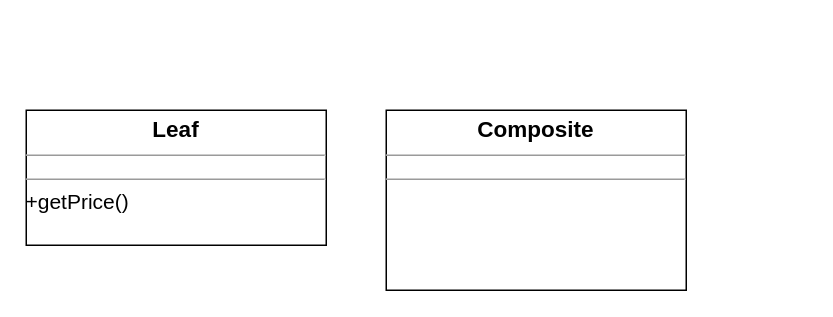
Above: structural/composite/composite.drawio in MaksShadows/Patterns (draw.io), before the change. Source tidied: cells renumbered, new cells numbered last; positions are measured from the earlier drawing's top-left corner, leaving out a move shared by most shapes. Both pictures are drawn from the tidied source at 150%, with x=0, y=0 at pixel (26, 110).
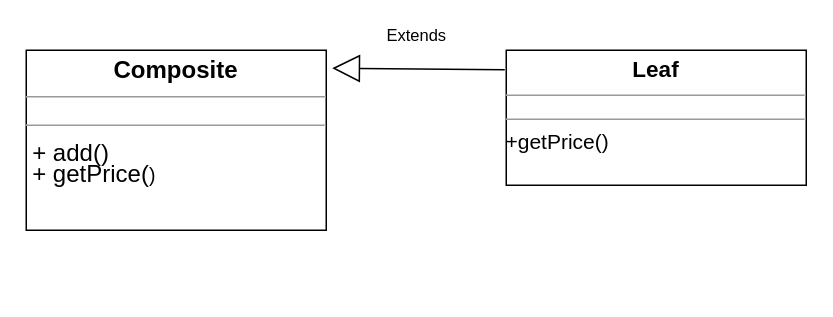
Above is the later version.

What changed in the source:
```diff
@@
 <mxGraphModel>
   <root>
     <mxCell id="0" />
     <mxCell id="1" parent="0" />
     <mxCell id="2" value="&lt;p style=&quot;margin: 4px 0px 0px ; text-align: center ; font-size: 15px&quot;&gt;&lt;b&gt;&lt;font style=&quot;font-size: 15px&quot;&gt;Leaf&lt;/font&gt;&lt;/b&gt;&lt;/p&gt;&lt;hr size=&quot;1&quot; style=&quot;font-size: 15px&quot;&gt;&lt;div style=&quot;height: 2px&quot;&gt;&lt;/div&gt;&lt;hr size=&quot;1&quot;&gt;&lt;div style=&quot;height: 2px&quot;&gt;&lt;font style=&quot;font-size: 14px&quot;&gt;+getPrice()&lt;/font&gt;&lt;/div&gt;" style="verticalAlign=top;align=left;overflow=fill;fontSize=12;fontFamily=Helvetica;html=1;" parent="1" vertex="1">
-      <mxGeometry width="200" height="90" as="geometry" />
+      <mxGeometry x="320" y="-40" width="200" height="90" as="geometry" />
     </mxCell>
-    <mxCell id="3" value="&lt;p style=&quot;margin: 4px 0px 0px ; text-align: center ; font-size: 15px&quot;&gt;&lt;b&gt;Composite&lt;/b&gt;&lt;/p&gt;&lt;hr size=&quot;1&quot; style=&quot;font-size: 15px&quot;&gt;&lt;div style=&quot;height: 2px&quot;&gt;&lt;/div&gt;&lt;hr size=&quot;1&quot;&gt;&lt;div style=&quot;height: 2px&quot;&gt;&lt;/div&gt;" style="verticalAlign=top;align=left;overflow=fill;fontSize=12;fontFamily=Helvetica;html=1;" parent="1" vertex="1">
-      <mxGeometry x="240" width="200" height="120" as="geometry" />
+    <mxCell id="3" value="&lt;p style=&quot;margin: 4px 0px 0px ; text-align: center ; font-size: 16px&quot;&gt;&lt;b&gt;&lt;font style=&quot;font-size: 16px&quot;&gt;Composite&lt;/font&gt;&lt;/b&gt;&lt;/p&gt;&lt;hr size=&quot;1&quot; style=&quot;font-size: 16px&quot;&gt;&lt;div style=&quot;height: 2px ; font-size: 16px&quot;&gt;&lt;/div&gt;&lt;hr size=&quot;1&quot; style=&quot;font-size: 16px&quot;&gt;&lt;div style=&quot;height: 2px ; font-size: 16px&quot;&gt;&lt;font style=&quot;font-size: 16px&quot;&gt;&amp;nbsp;+ add()&lt;/font&gt;&lt;/div&gt;&lt;div style=&quot;height: 2px ; font-size: 16px&quot;&gt;&lt;font style=&quot;font-size: 16px&quot;&gt;&lt;br&gt;&lt;/font&gt;&lt;/div&gt;&lt;div style=&quot;height: 2px ; font-size: 16px&quot;&gt;&lt;font style=&quot;font-size: 16px&quot;&gt;&lt;br&gt;&lt;/font&gt;&lt;/div&gt;&lt;div style=&quot;height: 2px ; font-size: 16px&quot;&gt;&lt;font style=&quot;font-size: 16px&quot;&gt;&lt;br&gt;&lt;/font&gt;&lt;/div&gt;&lt;div style=&quot;height: 2px ; font-size: 16px&quot;&gt;&lt;font style=&quot;font-size: 16px&quot;&gt;&lt;br&gt;&lt;/font&gt;&lt;/div&gt;&lt;div style=&quot;height: 2px ; font-size: 16px&quot;&gt;&lt;font style=&quot;font-size: 16px&quot;&gt;&lt;br&gt;&lt;/font&gt;&lt;/div&gt;&lt;div style=&quot;height: 2px ; font-size: 16px&quot;&gt;&lt;font style=&quot;font-size: 16px&quot;&gt;&lt;br&gt;&lt;/font&gt;&lt;/div&gt;&lt;div style=&quot;height: 2px ; font-size: 16px&quot;&gt;&lt;font style=&quot;font-size: 16px&quot;&gt;&amp;nbsp;+ getPrice(&lt;/font&gt;&lt;span style=&quot;font-size: 13px&quot;&gt;)&lt;/span&gt;&lt;/div&gt;" style="verticalAlign=top;align=left;overflow=fill;fontSize=12;fontFamily=Helvetica;html=1;" parent="1" vertex="1">
+      <mxGeometry y="-40" width="200" height="120" as="geometry" />
     </mxCell>
+    <mxCell id="4" value="Extends" style="endArrow=block;endSize=16;endFill=0;html=1;entryX=1.02;entryY=0.1;entryDx=0;entryDy=0;exitX=-0.005;exitY=0.144;exitDx=0;exitDy=0;exitPerimeter=0;entryPerimeter=0;" parent="1" edge="1" source="2" target="3">
+      <mxGeometry x="0.03" y="-22" relative="1" as="geometry" />
+    </mxCell>
   </root>
 </mxGraphModel>
```
